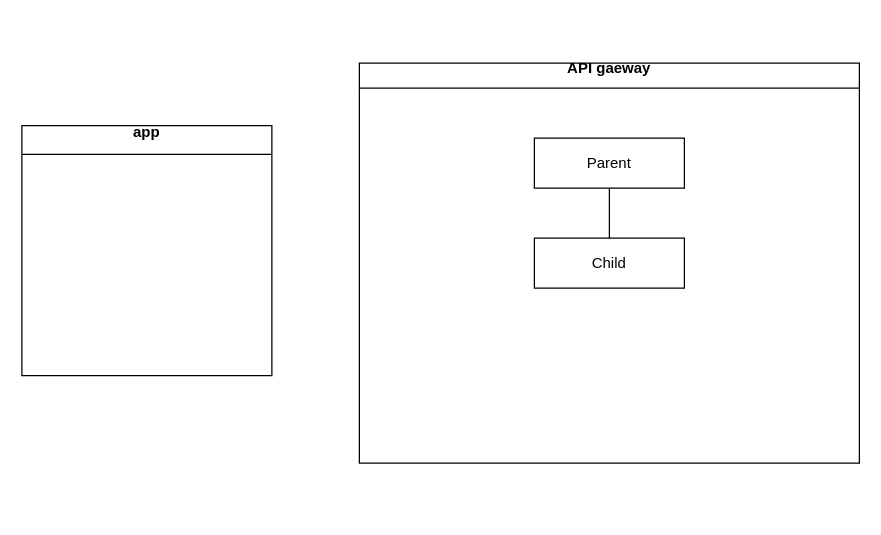
This is Angular/Untitled Diagram.drawio from SivaKannan85/Notes, a draw.io file, before an edit. Source tidied: cells renumbered, new cells numbered last; positions are measured from the earlier drawing's top-left corner, leaving out a move shared by most shapes. Both pictures are drawn from the tidied source at 125%, with x=0, y=0 at pixel (21, 62).
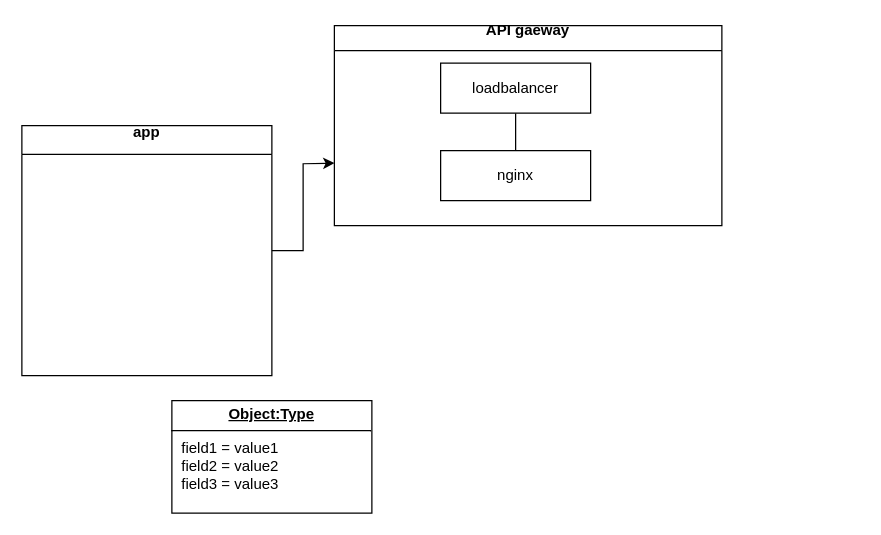
After the change.

What changed in the source:
```diff
@@
 <mxGraphModel>
   <root>
     <mxCell id="0" />
     <mxCell id="1" parent="0" />
+    <mxCell id="7" style="edgeStyle=orthogonalEdgeStyle;rounded=0;jettySize=auto;html=1;exitX=1;exitY=0.5;exitDx=0;exitDy=0;" parent="1" edge="1" source="2">
+      <mxGeometry relative="1" as="geometry">
+        <mxPoint x="250" y="80" as="targetPoint" />
+      </mxGeometry>
+    </mxCell>
     <mxCell id="2" value="app&#10;" style="swimlane;startSize=23;" parent="1" vertex="1">
       <mxGeometry y="50" width="200" height="200" as="geometry" />
     </mxCell>
     <mxCell id="3" value="API gaeway&#10;" style="swimlane;startSize=20;horizontal=1;containerType=tree;" parent="1" vertex="1">
-      <mxGeometry x="270" width="400" height="320" as="geometry" />
+      <mxGeometry x="250" y="-30" width="310" height="160" as="geometry" />
     </mxCell>
     <mxCell id="4" style="edgeStyle=elbowEdgeStyle;elbow=vertical;sourcePerimeterSpacing=0;targetPerimeterSpacing=0;startArrow=none;endArrow=none;rounded=0;curved=0;" parent="3" edge="1" source="5" target="6">
       <mxGeometry relative="1" as="geometry" />
     </mxCell>
-    <mxCell id="5" value="Parent" style="whiteSpace=wrap;html=1;newEdgeStyle={&quot;edgeStyle&quot;:&quot;elbowEdgeStyle&quot;,&quot;startArrow&quot;:&quot;none&quot;,&quot;endArrow&quot;:&quot;none&quot;};" parent="3" vertex="1">
-      <mxGeometry x="140" y="60" width="120" height="40" as="geometry" />
+    <mxCell id="5" value="loadbalancer" style="whiteSpace=wrap;html=1;newEdgeStyle={&quot;edgeStyle&quot;:&quot;elbowEdgeStyle&quot;,&quot;startArrow&quot;:&quot;none&quot;,&quot;endArrow&quot;:&quot;none&quot;};" parent="3" vertex="1">
+      <mxGeometry x="85" y="30" width="120" height="40" as="geometry" />
     </mxCell>
-    <mxCell id="6" value="Child" style="whiteSpace=wrap;html=1;newEdgeStyle={&quot;edgeStyle&quot;:&quot;elbowEdgeStyle&quot;,&quot;startArrow&quot;:&quot;none&quot;,&quot;endArrow&quot;:&quot;none&quot;};" parent="3" vertex="1">
-      <mxGeometry x="140" y="140" width="120" height="40" as="geometry" />
+    <mxCell id="6" value="nginx" style="whiteSpace=wrap;html=1;newEdgeStyle={&quot;edgeStyle&quot;:&quot;elbowEdgeStyle&quot;,&quot;startArrow&quot;:&quot;none&quot;,&quot;endArrow&quot;:&quot;none&quot;};" parent="3" vertex="1">
+      <mxGeometry x="85" y="100" width="120" height="40" as="geometry" />
     </mxCell>
+    <mxCell id="8" value="&lt;p style=&quot;margin:0px;margin-top:4px;text-align:center;text-decoration:underline;&quot;&gt;&lt;b&gt;Object:Type&lt;/b&gt;&lt;/p&gt;&lt;hr size=&quot;1&quot; style=&quot;border-style:solid;&quot;/&gt;&lt;p style=&quot;margin:0px;margin-left:8px;&quot;&gt;field1 = value1&lt;br/&gt;field2 = value2&lt;br&gt;field3 = value3&lt;/p&gt;" style="verticalAlign=top;align=left;overflow=fill;html=1;whiteSpace=wrap;" parent="1" vertex="1">
+      <mxGeometry x="120" y="270" width="160" height="90" as="geometry" />
+    </mxCell>
   </root>
 </mxGraphModel>
```
